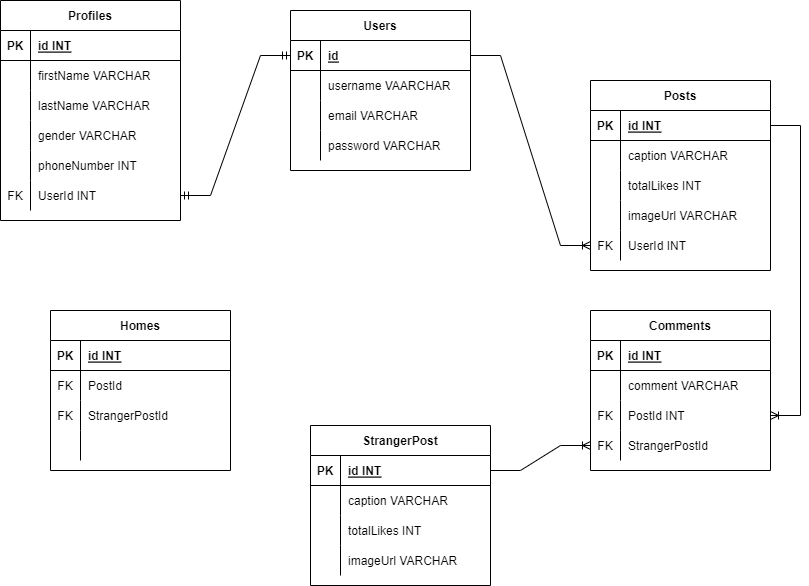
Before: schema-pp.png, a diagram exported from draw.io (Andrianns/socmed-Instogram). Source tidied: cells renumbered, new cells last; positions are measured from the earlier drawing's top-left corner, leaving out a move shared by most shapes.
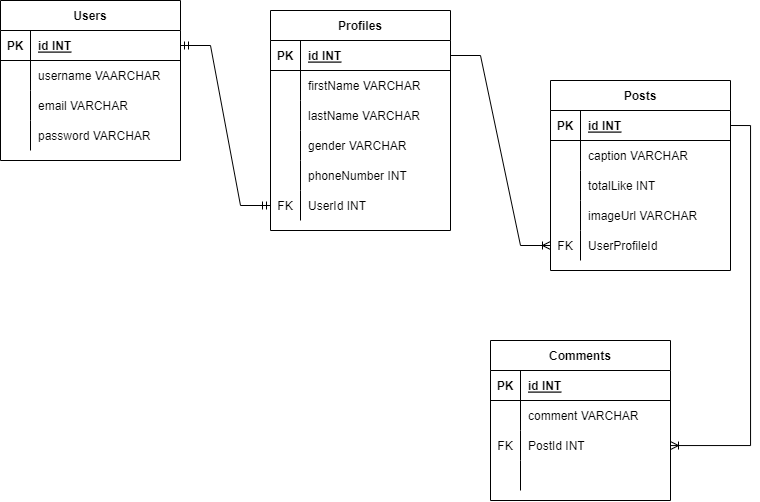
Above is the later version.

Change to the diagram source:
```diff
@@ -3,7 +3,7 @@
     <mxCell id="0" />
     <mxCell id="1" parent="0" />
     <mxCell id="2" value="Posts" style="shape=table;startSize=30;rowLines=0;fontStyle=1;align=center;" parent="1" vertex="1">
-      <mxGeometry x="590" y="80" width="180" height="190" as="geometry" />
+      <mxGeometry x="650" y="50" width="180" height="190" as="geometry" />
     </mxCell>
     <mxCell id="3" style="shape=tableRow;horizontal=0;startSize=0;swimlaneHead=0;swimlaneBody=0;fillColor=none;points=[[0,0.5],[1,0.5]];portConstraint=eastwest;top=0;left=0;right=0;bottom=1;" parent="2" vertex="1">
       <mxGeometry y="30" width="180" height="30" as="geometry" />
@@ -29,7 +29,7 @@
     <mxCell id="10" style="shape=partialRectangle;fillColor=none;top=0;left=0;bottom=0;right=0;overflow=hidden;" parent="9" vertex="1">
       <mxGeometry width="30" height="30" as="geometry" />
     </mxCell>
-    <mxCell id="11" value="totalLikes INT" style="shape=partialRectangle;fillColor=none;top=0;left=0;bottom=0;right=0;align=left;spacingLeft=6;overflow=hidden;" parent="9" vertex="1">
+    <mxCell id="11" value="totalLike INT" style="shape=partialRectangle;fillColor=none;top=0;left=0;bottom=0;right=0;align=left;spacingLeft=6;overflow=hidden;" parent="9" vertex="1">
       <mxGeometry x="30" width="150" height="30" as="geometry" />
     </mxCell>
     <mxCell id="12" style="shape=tableRow;horizontal=0;startSize=0;swimlaneHead=0;swimlaneBody=0;fillColor=none;top=0;left=0;right=0;bottom=0;" parent="2" vertex="1">
@@ -47,7 +47,7 @@
     <mxCell id="16" value="FK" style="shape=partialRectangle;fillColor=none;top=0;left=0;bottom=0;right=0;fontStyle=0;overflow=hidden;" parent="15" vertex="1">
       <mxGeometry width="30" height="30" as="geometry" />
     </mxCell>
-    <mxCell id="17" value="UserId INT" style="shape=partialRectangle;fillColor=none;top=0;left=0;bottom=0;right=0;align=left;spacingLeft=6;fontStyle=0;overflow=hidden;" parent="15" vertex="1">
+    <mxCell id="17" value="UserProfileId" style="shape=partialRectangle;fillColor=none;top=0;left=0;bottom=0;right=0;align=left;spacingLeft=6;fontStyle=0;overflow=hidden;" parent="15" vertex="1">
       <mxGeometry x="30" width="150" height="30" as="geometry" />
     </mxCell>
     <mxCell id="18" value="Comments" style="shape=table;startSize=30;rowLines=0;fontStyle=1;align=center;" parent="1" vertex="1">
@@ -83,14 +83,14 @@
     <mxCell id="28" style="shape=tableRow;horizontal=0;startSize=0;swimlaneHead=0;swimlaneBody=0;fillColor=none;points=[[0,0.5],[1,0.5]];portConstraint=eastwest;top=0;left=0;right=0;bottom=0;" parent="18" vertex="1">
       <mxGeometry y="120" width="180" height="30" as="geometry" />
     </mxCell>
-    <mxCell id="29" value="FK" style="shape=partialRectangle;fillColor=none;top=0;left=0;bottom=0;right=0;overflow=hidden;" parent="28" vertex="1">
+    <mxCell id="29" style="shape=partialRectangle;fillColor=none;top=0;left=0;bottom=0;right=0;overflow=hidden;" parent="28" vertex="1">
       <mxGeometry width="30" height="30" as="geometry" />
     </mxCell>
-    <mxCell id="30" value="StrangerPostId" style="shape=partialRectangle;fillColor=none;top=0;left=0;bottom=0;right=0;align=left;spacingLeft=6;overflow=hidden;" parent="28" vertex="1">
+    <mxCell id="30" style="shape=partialRectangle;fillColor=none;top=0;left=0;bottom=0;right=0;align=left;spacingLeft=6;overflow=hidden;" parent="28" vertex="1">
       <mxGeometry x="30" width="150" height="30" as="geometry" />
     </mxCell>
     <mxCell id="31" value="Users" style="shape=table;startSize=30;rowLines=0;fontStyle=1;align=center;" parent="1" vertex="1">
-      <mxGeometry x="290" y="10" width="180" height="160" as="geometry" />
+      <mxGeometry x="100" y="-30" width="180" height="160" as="geometry" />
     </mxCell>
     <mxCell id="32" style="shape=tableRow;horizontal=0;startSize=0;swimlaneHead=0;swimlaneBody=0;fillColor=none;points=[[0,0.5],[1,0.5]];portConstraint=eastwest;top=0;left=0;right=0;bottom=1;" parent="31" vertex="1">
       <mxGeometry y="30" width="180" height="30" as="geometry" />
@@ -98,7 +98,7 @@
     <mxCell id="33" value="PK" style="shape=partialRectangle;fillColor=none;top=0;left=0;bottom=0;right=0;fontStyle=1;overflow=hidden;" parent="32" vertex="1">
       <mxGeometry width="30" height="30" as="geometry" />
     </mxCell>
-    <mxCell id="34" value="id" style="shape=partialRectangle;fillColor=none;top=0;left=0;bottom=0;right=0;align=left;spacingLeft=6;fontStyle=5;overflow=hidden;" parent="32" vertex="1">
+    <mxCell id="34" value="id INT" style="shape=partialRectangle;fillColor=none;top=0;left=0;bottom=0;right=0;align=left;spacingLeft=6;fontStyle=5;overflow=hidden;" parent="32" vertex="1">
       <mxGeometry x="30" width="150" height="30" as="geometry" />
     </mxCell>
     <mxCell id="35" style="shape=tableRow;horizontal=0;startSize=0;swimlaneHead=0;swimlaneBody=0;fillColor=none;top=0;left=0;right=0;bottom=0;" parent="31" vertex="1">
@@ -129,7 +129,7 @@
       <mxGeometry x="30" width="150" height="30" as="geometry" />
     </mxCell>
     <mxCell id="44" value="Profiles" style="shape=table;startSize=30;rowLines=0;fontStyle=1;align=center;" parent="1" vertex="1">
-      <mxGeometry width="180" height="220" as="geometry" />
+      <mxGeometry x="370" y="-20" width="180" height="220" as="geometry" />
     </mxCell>
     <mxCell id="45" style="shape=tableRow;horizontal=0;startSize=0;swimlaneHead=0;swimlaneBody=0;fillColor=none;points=[[0,0.5],[1,0.5]];portConstraint=eastwest;top=0;left=0;right=0;bottom=1;" parent="44" vertex="1">
       <mxGeometry y="30" width="180" height="30" as="geometry" />
@@ -185,95 +185,19 @@
     <mxCell id="62" value="UserId INT" style="shape=partialRectangle;fillColor=none;top=0;left=0;bottom=0;right=0;align=left;spacingLeft=6;fontStyle=0;overflow=hidden;" parent="60" vertex="1">
       <mxGeometry x="30" width="150" height="30" as="geometry" />
     </mxCell>
-    <mxCell id="63" value="StrangerPost" style="shape=table;startSize=30;rowLines=0;fontStyle=1;align=center;" parent="1" vertex="1">
-      <mxGeometry x="310" y="425" width="180" height="160" as="geometry" />
-    </mxCell>
-    <mxCell id="64" style="shape=tableRow;horizontal=0;startSize=0;swimlaneHead=0;swimlaneBody=0;fillColor=none;points=[[0,0.5],[1,0.5]];portConstraint=eastwest;top=0;left=0;right=0;bottom=1;" parent="63" vertex="1">
-      <mxGeometry y="30" width="180" height="30" as="geometry" />
-    </mxCell>
-    <mxCell id="65" value="PK" style="shape=partialRectangle;fillColor=none;top=0;left=0;bottom=0;right=0;fontStyle=1;overflow=hidden;" parent="64" vertex="1">
-      <mxGeometry width="30" height="30" as="geometry" />
-    </mxCell>
-    <mxCell id="66" value="id INT" style="shape=partialRectangle;fillColor=none;top=0;left=0;bottom=0;right=0;align=left;spacingLeft=6;fontStyle=5;overflow=hidden;" parent="64" vertex="1">
-      <mxGeometry x="30" width="150" height="30" as="geometry" />
-    </mxCell>
-    <mxCell id="67" style="shape=tableRow;horizontal=0;startSize=0;swimlaneHead=0;swimlaneBody=0;fillColor=none;top=0;left=0;right=0;bottom=0;" parent="63" vertex="1">
-      <mxGeometry y="60" width="180" height="30" as="geometry" />
-    </mxCell>
-    <mxCell id="68" style="shape=partialRectangle;fillColor=none;top=0;left=0;bottom=0;right=0;overflow=hidden;" parent="67" vertex="1">
-      <mxGeometry width="30" height="30" as="geometry" />
-    </mxCell>
-    <mxCell id="69" value="caption VARCHAR" style="shape=partialRectangle;fillColor=none;top=0;left=0;bottom=0;right=0;align=left;spacingLeft=6;overflow=hidden;" parent="67" vertex="1">
-      <mxGeometry x="30" width="150" height="30" as="geometry" />
-    </mxCell>
-    <mxCell id="70" style="shape=tableRow;horizontal=0;startSize=0;swimlaneHead=0;swimlaneBody=0;fillColor=none;top=0;left=0;right=0;bottom=0;" parent="63" vertex="1">
-      <mxGeometry y="90" width="180" height="30" as="geometry" />
-    </mxCell>
-    <mxCell id="71" style="shape=partialRectangle;fillColor=none;top=0;left=0;bottom=0;right=0;overflow=hidden;" parent="70" vertex="1">
-      <mxGeometry width="30" height="30" as="geometry" />
-    </mxCell>
-    <mxCell id="72" value="totalLikes INT" style="shape=partialRectangle;fillColor=none;top=0;left=0;bottom=0;right=0;align=left;spacingLeft=6;overflow=hidden;" parent="70" vertex="1">
-      <mxGeometry x="30" width="150" height="30" as="geometry" />
-    </mxCell>
-    <mxCell id="73" style="shape=tableRow;horizontal=0;startSize=0;swimlaneHead=0;swimlaneBody=0;fillColor=none;top=0;left=0;right=0;bottom=0;" parent="63" vertex="1">
-      <mxGeometry y="120" width="180" height="30" as="geometry" />
-    </mxCell>
-    <mxCell id="74" style="shape=partialRectangle;fillColor=none;top=0;left=0;bottom=0;right=0;overflow=hidden;" parent="73" vertex="1">
-      <mxGeometry width="30" height="30" as="geometry" />
-    </mxCell>
-    <mxCell id="75" value="imageUrl VARCHAR" style="shape=partialRectangle;fillColor=none;top=0;left=0;bottom=0;right=0;align=left;spacingLeft=6;overflow=hidden;" parent="73" vertex="1">
-      <mxGeometry x="30" width="150" height="30" as="geometry" />
-    </mxCell>
-    <mxCell id="76" style="edgeStyle=entityRelationEdgeStyle;fontSize=12;html=1;endArrow=ERoneToMany;rounded=0;exitX=1;exitY=0.5;exitDx=0;exitDy=0;" parent="1" edge="1" source="64" target="28">
-      <mxGeometry relative="1" as="geometry" />
-    </mxCell>
-    <mxCell id="77" style="edgeStyle=entityRelationEdgeStyle;fontSize=12;html=1;endArrow=ERoneToMany;rounded=0;exitX=1;exitY=0.5;exitDx=0;exitDy=0;" parent="1" edge="1" source="3" target="25">
-      <mxGeometry relative="1" as="geometry" />
+    <mxCell id="77" style="edgeStyle=orthogonalEdgeStyle;fontSize=12;html=1;endArrow=ERoneToMany;rounded=0;exitX=1;exitY=0.5;exitDx=0;exitDy=0;" parent="1" edge="1" source="3" target="25">
+      <mxGeometry relative="1" as="geometry">
+        <Array as="points">
+          <mxPoint x="850" y="95" />
+          <mxPoint x="850" y="415" />
+        </Array>
+      </mxGeometry>
     </mxCell>
-    <mxCell id="78" style="edgeStyle=entityRelationEdgeStyle;fontSize=12;html=1;endArrow=ERmandOne;startArrow=ERmandOne;rounded=0;entryX=0;entryY=0.5;entryDx=0;entryDy=0;" parent="1" edge="1" source="60" target="32">
+    <mxCell id="78" style="edgeStyle=entityRelationEdgeStyle;fontSize=12;html=1;endArrow=ERmandOne;startArrow=ERmandOne;rounded=0;entryX=1;entryY=0.5;entryDx=0;entryDy=0;" parent="1" edge="1" source="60" target="32">
       <mxGeometry relative="1" as="geometry" />
     </mxCell>
-    <mxCell id="79" style="edgeStyle=entityRelationEdgeStyle;fontSize=12;html=1;endArrow=ERoneToMany;rounded=0;exitX=1;exitY=0.5;exitDx=0;exitDy=0;entryX=0;entryY=0.5;entryDx=0;entryDy=0;" parent="1" edge="1" source="32" target="15">
+    <mxCell id="79" style="edgeStyle=entityRelationEdgeStyle;fontSize=12;html=1;endArrow=ERoneToMany;rounded=0;exitX=1;exitY=0.5;exitDx=0;exitDy=0;entryX=0;entryY=0.5;entryDx=0;entryDy=0;" parent="1" edge="1" source="45" target="15">
       <mxGeometry relative="1" as="geometry" />
     </mxCell>
-    <mxCell id="80" value="Homes" style="shape=table;startSize=30;rowLines=0;fontStyle=1;align=center;" parent="1" vertex="1">
-      <mxGeometry x="50" y="310" width="180" height="160" as="geometry" />
-    </mxCell>
-    <mxCell id="81" style="shape=tableRow;horizontal=0;startSize=0;swimlaneHead=0;swimlaneBody=0;fillColor=none;top=0;left=0;right=0;bottom=1;" parent="80" vertex="1">
-      <mxGeometry y="30" width="180" height="30" as="geometry" />
-    </mxCell>
-    <mxCell id="82" value="PK" style="shape=partialRectangle;fillColor=none;top=0;left=0;bottom=0;right=0;fontStyle=1;overflow=hidden;" parent="81" vertex="1">
-      <mxGeometry width="30" height="30" as="geometry" />
-    </mxCell>
-    <mxCell id="83" value="id INT" style="shape=partialRectangle;fillColor=none;top=0;left=0;bottom=0;right=0;align=left;spacingLeft=6;fontStyle=5;overflow=hidden;" parent="81" vertex="1">
-      <mxGeometry x="30" width="150" height="30" as="geometry" />
-    </mxCell>
-    <mxCell id="84" style="shape=tableRow;horizontal=0;startSize=0;swimlaneHead=0;swimlaneBody=0;fillColor=none;top=0;left=0;right=0;bottom=0;" parent="80" vertex="1">
-      <mxGeometry y="60" width="180" height="30" as="geometry" />
-    </mxCell>
-    <mxCell id="85" value="FK" style="shape=partialRectangle;fillColor=none;top=0;left=0;bottom=0;right=0;overflow=hidden;" parent="84" vertex="1">
-      <mxGeometry width="30" height="30" as="geometry" />
-    </mxCell>
-    <mxCell id="86" value="PostId" style="shape=partialRectangle;fillColor=none;top=0;left=0;bottom=0;right=0;align=left;spacingLeft=6;overflow=hidden;" parent="84" vertex="1">
-      <mxGeometry x="30" width="150" height="30" as="geometry" />
-    </mxCell>
-    <mxCell id="87" style="shape=tableRow;horizontal=0;startSize=0;swimlaneHead=0;swimlaneBody=0;fillColor=none;top=0;left=0;right=0;bottom=0;" parent="80" vertex="1">
-      <mxGeometry y="90" width="180" height="30" as="geometry" />
-    </mxCell>
-    <mxCell id="88" value="FK" style="shape=partialRectangle;fillColor=none;top=0;left=0;bottom=0;right=0;overflow=hidden;" parent="87" vertex="1">
-      <mxGeometry width="30" height="30" as="geometry" />
-    </mxCell>
-    <mxCell id="89" value="StrangerPostId" style="shape=partialRectangle;fillColor=none;top=0;left=0;bottom=0;right=0;align=left;spacingLeft=6;overflow=hidden;" parent="87" vertex="1">
-      <mxGeometry x="30" width="150" height="30" as="geometry" />
-    </mxCell>
-    <mxCell id="90" style="shape=tableRow;horizontal=0;startSize=0;swimlaneHead=0;swimlaneBody=0;fillColor=none;top=0;left=0;right=0;bottom=0;" parent="80" vertex="1">
-      <mxGeometry y="120" width="180" height="30" as="geometry" />
-    </mxCell>
-    <mxCell id="91" style="shape=partialRectangle;fillColor=none;top=0;left=0;bottom=0;right=0;overflow=hidden;" parent="90" vertex="1">
-      <mxGeometry width="30" height="30" as="geometry" />
-    </mxCell>
-    <mxCell id="92" style="shape=partialRectangle;fillColor=none;top=0;left=0;bottom=0;right=0;align=left;spacingLeft=6;overflow=hidden;" parent="90" vertex="1">
-      <mxGeometry x="30" width="150" height="30" as="geometry" />
-    </mxCell>
   </root>
 </mxGraphModel>
```
